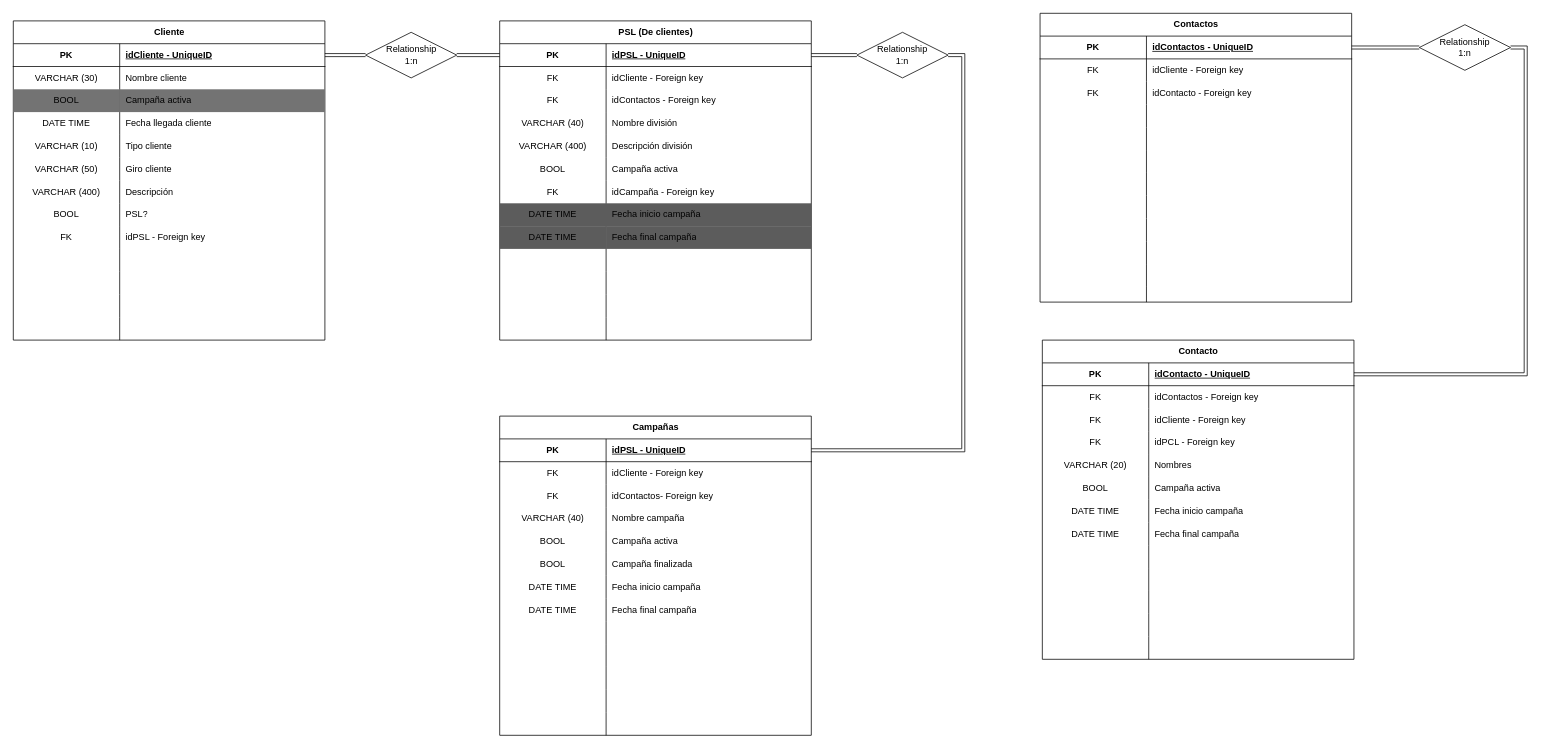
The draw.io diagram BD.drawio in OscFPC/Aux_B, before the edit. Source tidied: cells renumbered, new cells numbered last; positions are measured from the earlier drawing's top-left corner, leaving out a move shared by most shapes. Both pictures are drawn from the tidied source at 76%, with x=0, y=0 at pixel (13, 13).
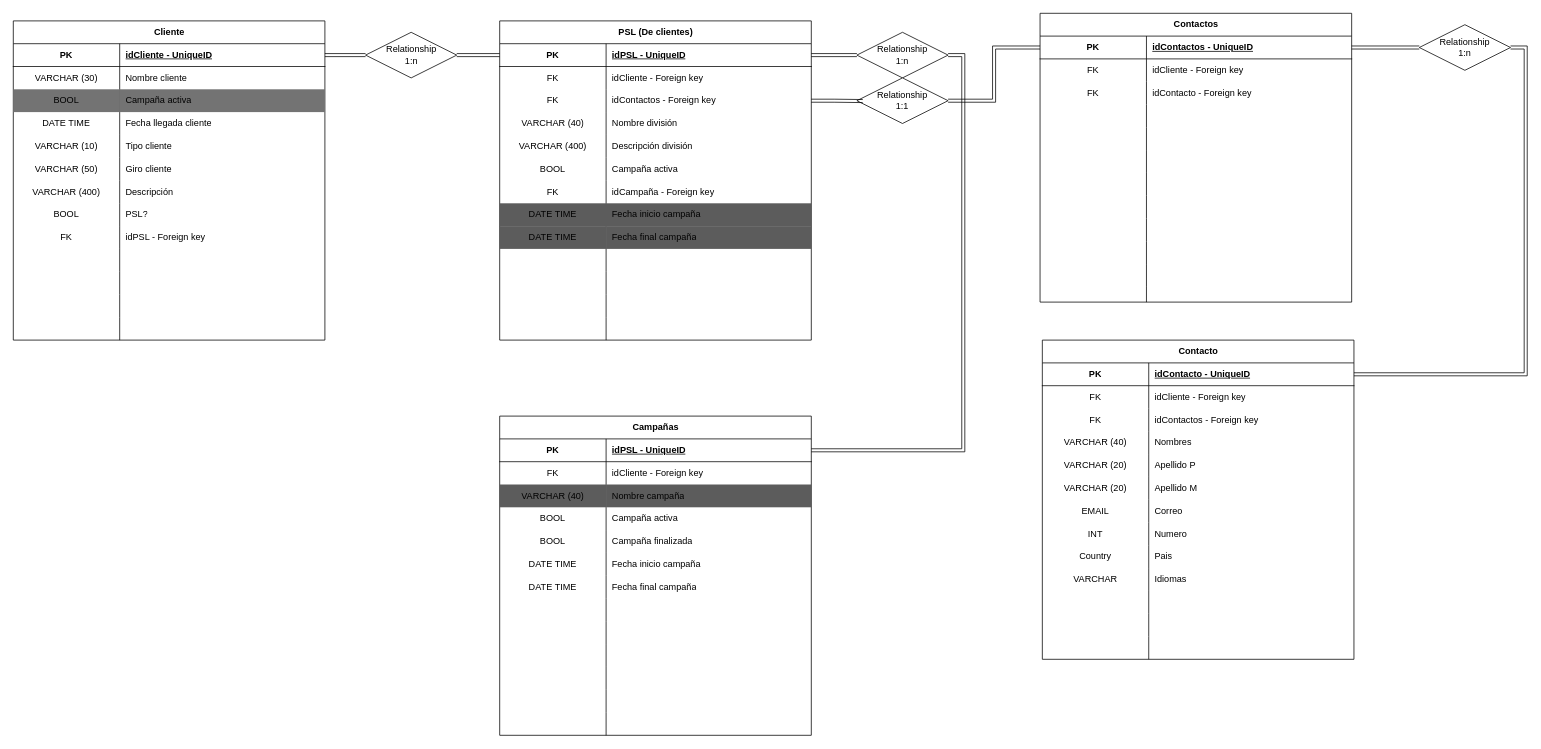
The same page after the edit.

Unchanged cells that the change refers to:
```xml
<mxCell id="49" style="shape=tableRow;horizontal=0;startSize=0;swimlaneHead=0;swimlaneBody=0;fillColor=none;points=[[0,0.5],[1,0.5]];portConstraint=eastwest;top=0;left=0;right=0;bottom=0;" parent="42" vertex="1">
  <mxGeometry y="90" width="410" height="30" as="geometry" />
</mxCell>
<mxCell id="83" style="shape=tableRow;horizontal=0;startSize=0;swimlaneHead=0;swimlaneBody=0;fillColor=none;points=[[0,0.5],[1,0.5]];portConstraint=eastwest;top=0;left=0;right=0;bottom=1;" parent="82" vertex="1">
  <mxGeometry y="30" width="410" height="30" as="geometry" />
</mxCell>
<mxCell id="119" value="Contacto" style="shape=table;startSize=30;childLayout=tableLayout;rowLines=0;fontStyle=1;align=center;html=1;" parent="1" vertex="1">
  <mxGeometry x="1354" y="430" width="410" height="420" as="geometry" />
</mxCell>
<mxCell id="147" style="shape=tableRow;horizontal=0;startSize=0;swimlaneHead=0;swimlaneBody=0;fillColor=none;top=0;left=0;right=0;bottom=0;" parent="119" vertex="1">
  <mxGeometry y="300" width="410" height="30" as="geometry" />
</mxCell>
<mxCell id="159" value="Campañas" style="shape=table;startSize=30;childLayout=tableLayout;rowLines=0;fontStyle=1;align=center;html=1;" parent="1" vertex="1">
  <mxGeometry x="640" y="530" width="410" height="420" as="geometry" />
</mxCell>
```

What changed in the source:
```diff
@@
+    <mxCell id="126" style="shape=tableRow;horizontal=0;startSize=0;swimlaneHead=0;swimlaneBody=0;fillColor=none;top=0;left=0;right=0;bottom=0;" parent="119" vertex="1">
+      <mxGeometry y="60" width="410" height="30" as="geometry" />
+    </mxCell>
+    <mxCell id="127" value="FK" style="shape=partialRectangle;fillColor=none;top=0;left=0;bottom=0;right=0;overflow=hidden;whiteSpace=wrap;html=1;" parent="126" vertex="1">
+      <mxGeometry width="140" height="30" as="geometry" />
+    </mxCell>
+    <mxCell id="128" value="idCliente - Foreign key" style="shape=partialRectangle;fillColor=none;top=0;left=0;bottom=0;right=0;align=left;spacingLeft=6;overflow=hidden;whiteSpace=wrap;html=1;" parent="126" vertex="1">
+      <mxGeometry x="140" width="270" height="30" as="geometry" />
+    </mxCell>
     <mxCell id="123" style="shape=tableRow;horizontal=0;startSize=0;swimlaneHead=0;swimlaneBody=0;fillColor=none;top=0;left=0;right=0;bottom=0;" parent="119" vertex="1">
-      <mxGeometry y="60" width="410" height="30" as="geometry" />
+      <mxGeometry y="90" width="410" height="30" as="geometry" />
     </mxCell>
@@
-    <mxCell id="126" style="shape=tableRow;horizontal=0;startSize=0;swimlaneHead=0;swimlaneBody=0;fillColor=none;top=0;left=0;right=0;bottom=0;" parent="119" vertex="1">
-      <mxGeometry y="90" width="410" height="30" as="geometry" />
-    </mxCell>
-    <mxCell id="127" value="FK" style="shape=partialRectangle;fillColor=none;top=0;left=0;bottom=0;right=0;overflow=hidden;whiteSpace=wrap;html=1;" parent="126" vertex="1">
-      <mxGeometry width="140" height="30" as="geometry" />
-    </mxCell>
-    <mxCell id="128" value="idCliente - Foreign key" style="shape=partialRectangle;fillColor=none;top=0;left=0;bottom=0;right=0;align=left;spacingLeft=6;overflow=hidden;whiteSpace=wrap;html=1;" parent="126" vertex="1">
-      <mxGeometry x="140" width="270" height="30" as="geometry" />
-    </mxCell>
+    <mxCell id="132" style="shape=tableRow;horizontal=0;startSize=0;swimlaneHead=0;swimlaneBody=0;fillColor=none;top=0;left=0;right=0;bottom=0;" parent="119" vertex="1">
+      <mxGeometry y="120" width="410" height="30" as="geometry" />
+    </mxCell>
+    <mxCell id="133" value="VARCHAR (40)" style="shape=partialRectangle;fillColor=none;top=0;left=0;bottom=0;right=0;overflow=hidden;whiteSpace=wrap;html=1;" parent="132" vertex="1">
+      <mxGeometry width="140" height="30" as="geometry" />
+    </mxCell>
+    <mxCell id="134" value="Nombres" style="shape=partialRectangle;fillColor=none;top=0;left=0;bottom=0;right=0;align=left;spacingLeft=6;overflow=hidden;whiteSpace=wrap;html=1;" parent="132" vertex="1">
+      <mxGeometry x="140" width="270" height="30" as="geometry" />
+    </mxCell>
+    <mxCell id="144" style="shape=tableRow;horizontal=0;startSize=0;swimlaneHead=0;swimlaneBody=0;fillColor=none;top=0;left=0;right=0;bottom=0;" parent="119" vertex="1">
+      <mxGeometry y="150" width="410" height="30" as="geometry" />
+    </mxCell>
+    <mxCell id="145" value="VARCHAR (20)" style="shape=partialRectangle;fillColor=none;top=0;left=0;bottom=0;right=0;overflow=hidden;whiteSpace=wrap;html=1;" parent="144" vertex="1">
+      <mxGeometry width="140" height="30" as="geometry" />
+    </mxCell>
+    <mxCell id="146" value="Apellido P&amp;nbsp;" style="shape=partialRectangle;fillColor=none;top=0;left=0;bottom=0;right=0;align=left;spacingLeft=6;overflow=hidden;whiteSpace=wrap;html=1;" parent="144" vertex="1">
+      <mxGeometry x="140" width="270" height="30" as="geometry" />
+    </mxCell>
     <mxCell id="129" style="shape=tableRow;horizontal=0;startSize=0;swimlaneHead=0;swimlaneBody=0;fillColor=none;top=0;left=0;right=0;bottom=0;" parent="119" vertex="1">
-      <mxGeometry y="120" width="410" height="30" as="geometry" />
+      <mxGeometry y="180" width="410" height="30" as="geometry" />
     </mxCell>
-    <mxCell id="130" value="FK" style="shape=partialRectangle;fillColor=none;top=0;left=0;bottom=0;right=0;overflow=hidden;whiteSpace=wrap;html=1;" parent="129" vertex="1">
+    <mxCell id="130" value="VARCHAR (20)" style="shape=partialRectangle;fillColor=none;top=0;left=0;bottom=0;right=0;overflow=hidden;whiteSpace=wrap;html=1;" parent="129" vertex="1">
       <mxGeometry width="140" height="30" as="geometry" />
     </mxCell>
-    <mxCell id="131" value="idPCL - Foreign key" style="shape=partialRectangle;fillColor=none;top=0;left=0;bottom=0;right=0;align=left;spacingLeft=6;overflow=hidden;whiteSpace=wrap;html=1;" parent="129" vertex="1">
+    <mxCell id="131" value="Apellido M" style="shape=partialRectangle;fillColor=none;top=0;left=0;bottom=0;right=0;align=left;spacingLeft=6;overflow=hidden;whiteSpace=wrap;html=1;" parent="129" vertex="1">
       <mxGeometry x="140" width="270" height="30" as="geometry" />
     </mxCell>
-    <mxCell id="132" style="shape=tableRow;horizontal=0;startSize=0;swimlaneHead=0;swimlaneBody=0;fillColor=none;top=0;left=0;right=0;bottom=0;" parent="119" vertex="1">
-      <mxGeometry y="150" width="410" height="30" as="geometry" />
-    </mxCell>
-    <mxCell id="133" value="VARCHAR (20)" style="shape=partialRectangle;fillColor=none;top=0;left=0;bottom=0;right=0;overflow=hidden;whiteSpace=wrap;html=1;" parent="132" vertex="1">
-      <mxGeometry width="140" height="30" as="geometry" />
-    </mxCell>
-    <mxCell id="134" value="Nombres" style="shape=partialRectangle;fillColor=none;top=0;left=0;bottom=0;right=0;align=left;spacingLeft=6;overflow=hidden;whiteSpace=wrap;html=1;" parent="132" vertex="1">
-      <mxGeometry x="140" width="270" height="30" as="geometry" />
-    </mxCell>
     <mxCell id="135" style="shape=tableRow;horizontal=0;startSize=0;swimlaneHead=0;swimlaneBody=0;fillColor=none;top=0;left=0;right=0;bottom=0;" parent="119" vertex="1">
-      <mxGeometry y="180" width="410" height="30" as="geometry" />
+      <mxGeometry y="210" width="410" height="30" as="geometry" />
     </mxCell>
-    <mxCell id="136" value="BOOL" style="shape=partialRectangle;fillColor=none;top=0;left=0;bottom=0;right=0;overflow=hidden;whiteSpace=wrap;html=1;" parent="135" vertex="1">
+    <mxCell id="136" value="EMAIL" style="shape=partialRectangle;fillColor=none;top=0;left=0;bottom=0;right=0;overflow=hidden;whiteSpace=wrap;html=1;" parent="135" vertex="1">
       <mxGeometry width="140" height="30" as="geometry" />
     </mxCell>
-    <mxCell id="137" value="Campaña activa" style="shape=partialRectangle;fillColor=none;top=0;left=0;bottom=0;right=0;align=left;spacingLeft=6;overflow=hidden;whiteSpace=wrap;html=1;" parent="135" vertex="1">
+    <mxCell id="137" value="Correo" style="shape=partialRectangle;fillColor=none;top=0;left=0;bottom=0;right=0;align=left;spacingLeft=6;overflow=hidden;whiteSpace=wrap;html=1;" parent="135" vertex="1">
       <mxGeometry x="140" width="270" height="30" as="geometry" />
     </mxCell>
     <mxCell id="138" style="shape=tableRow;horizontal=0;startSize=0;swimlaneHead=0;swimlaneBody=0;fillColor=none;top=0;left=0;right=0;bottom=0;" parent="119" vertex="1">
-      <mxGeometry y="210" width="410" height="30" as="geometry" />
+      <mxGeometry y="240" width="410" height="30" as="geometry" />
     </mxCell>
-    <mxCell id="139" value="DATE TIME" style="shape=partialRectangle;fillColor=none;top=0;left=0;bottom=0;right=0;overflow=hidden;whiteSpace=wrap;html=1;" parent="138" vertex="1">
+    <mxCell id="139" value="INT" style="shape=partialRectangle;fillColor=none;top=0;left=0;bottom=0;right=0;overflow=hidden;whiteSpace=wrap;html=1;" parent="138" vertex="1">
       <mxGeometry width="140" height="30" as="geometry" />
     </mxCell>
-    <mxCell id="140" value="Fecha inicio campaña" style="shape=partialRectangle;fillColor=none;top=0;left=0;bottom=0;right=0;align=left;spacingLeft=6;overflow=hidden;whiteSpace=wrap;html=1;" parent="138" vertex="1">
+    <mxCell id="140" value="Numero" style="shape=partialRectangle;fillColor=none;top=0;left=0;bottom=0;right=0;align=left;spacingLeft=6;overflow=hidden;whiteSpace=wrap;html=1;" parent="138" vertex="1">
       <mxGeometry x="140" width="270" height="30" as="geometry" />
     </mxCell>
     <mxCell id="141" style="shape=tableRow;horizontal=0;startSize=0;swimlaneHead=0;swimlaneBody=0;fillColor=none;top=0;left=0;right=0;bottom=0;" parent="119" vertex="1">
-      <mxGeometry y="240" width="410" height="30" as="geometry" />
+      <mxGeometry y="270" width="410" height="30" as="geometry" />
     </mxCell>
-    <mxCell id="142" value="DATE TIME" style="shape=partialRectangle;fillColor=none;top=0;left=0;bottom=0;right=0;overflow=hidden;whiteSpace=wrap;html=1;" parent="141" vertex="1">
+    <mxCell id="142" value="Country" style="shape=partialRectangle;fillColor=none;top=0;left=0;bottom=0;right=0;overflow=hidden;whiteSpace=wrap;html=1;" parent="141" vertex="1">
       <mxGeometry width="140" height="30" as="geometry" />
     </mxCell>
-    <mxCell id="143" value="Fecha final campaña" style="shape=partialRectangle;fillColor=none;top=0;left=0;bottom=0;right=0;align=left;spacingLeft=6;overflow=hidden;whiteSpace=wrap;html=1;" parent="141" vertex="1">
+    <mxCell id="143" value="Pais" style="shape=partialRectangle;fillColor=none;top=0;left=0;bottom=0;right=0;align=left;spacingLeft=6;overflow=hidden;whiteSpace=wrap;html=1;" parent="141" vertex="1">
       <mxGeometry x="140" width="270" height="30" as="geometry" />
     </mxCell>
-    <mxCell id="144" style="shape=tableRow;horizontal=0;startSize=0;swimlaneHead=0;swimlaneBody=0;fillColor=none;top=0;left=0;right=0;bottom=0;" parent="119" vertex="1">
-      <mxGeometry y="270" width="410" height="30" as="geometry" />
-    </mxCell>
-    <mxCell id="145" style="shape=partialRectangle;fillColor=none;top=0;left=0;bottom=0;right=0;overflow=hidden;whiteSpace=wrap;html=1;" parent="144" vertex="1">
-      <mxGeometry width="140" height="30" as="geometry" />
-    </mxCell>
-    <mxCell id="146" style="shape=partialRectangle;fillColor=none;top=0;left=0;bottom=0;right=0;align=left;spacingLeft=6;overflow=hidden;whiteSpace=wrap;html=1;" parent="144" vertex="1">
-      <mxGeometry x="140" width="270" height="30" as="geometry" />
-    </mxCell>
@@
-    <mxCell id="148" style="shape=partialRectangle;fillColor=none;top=0;left=0;bottom=0;right=0;overflow=hidden;whiteSpace=wrap;html=1;" parent="147" vertex="1">
+    <mxCell id="148" value="VARCHAR" style="shape=partialRectangle;fillColor=none;top=0;left=0;bottom=0;right=0;overflow=hidden;whiteSpace=wrap;html=1;" parent="147" vertex="1">
       <mxGeometry width="140" height="30" as="geometry" />
     </mxCell>
-    <mxCell id="149" style="shape=partialRectangle;fillColor=none;top=0;left=0;bottom=0;right=0;align=left;spacingLeft=6;overflow=hidden;whiteSpace=wrap;html=1;" parent="147" vertex="1">
+    <mxCell id="149" value="Idiomas" style="shape=partialRectangle;fillColor=none;top=0;left=0;bottom=0;right=0;align=left;spacingLeft=6;overflow=hidden;whiteSpace=wrap;html=1;" parent="147" vertex="1">
       <mxGeometry x="140" width="270" height="30" as="geometry" />
     </mxCell>
@@
-    <mxCell id="166" style="shape=tableRow;horizontal=0;startSize=0;swimlaneHead=0;swimlaneBody=0;fillColor=none;top=0;left=0;right=0;bottom=0;" parent="159" vertex="1">
-      <mxGeometry y="90" width="410" height="30" as="geometry" />
-    </mxCell>
-    <mxCell id="167" value="FK" style="shape=partialRectangle;fillColor=none;top=0;left=0;bottom=0;right=0;overflow=hidden;whiteSpace=wrap;html=1;" parent="166" vertex="1">
-      <mxGeometry width="140" height="30" as="geometry" />
-    </mxCell>
-    <mxCell id="168" value="idContactos- Foreign key" style="shape=partialRectangle;fillColor=none;top=0;left=0;bottom=0;right=0;align=left;spacingLeft=6;overflow=hidden;whiteSpace=wrap;html=1;" parent="166" vertex="1">
-      <mxGeometry x="140" width="270" height="30" as="geometry" />
-    </mxCell>
     <mxCell id="169" style="shape=tableRow;horizontal=0;startSize=0;swimlaneHead=0;swimlaneBody=0;fillColor=none;top=0;left=0;right=0;bottom=0;" parent="159" vertex="1">
-      <mxGeometry y="120" width="410" height="30" as="geometry" />
+      <mxGeometry y="90" width="410" height="30" as="geometry" />
     </mxCell>
-    <mxCell id="170" value="VARCHAR (40)" style="shape=partialRectangle;fillColor=none;top=0;left=0;bottom=0;right=0;overflow=hidden;whiteSpace=wrap;html=1;" parent="169" vertex="1">
+    <mxCell id="170" value="VARCHAR (40)" style="shape=partialRectangle;fillColor=#5C5C5C;top=0;left=0;bottom=0;right=0;overflow=hidden;whiteSpace=wrap;html=1;" parent="169" vertex="1">
       <mxGeometry width="140" height="30" as="geometry" />
     </mxCell>
-    <mxCell id="171" value="Nombre campaña" style="shape=partialRectangle;fillColor=none;top=0;left=0;bottom=0;right=0;align=left;spacingLeft=6;overflow=hidden;whiteSpace=wrap;html=1;" parent="169" vertex="1">
+    <mxCell id="171" value="Nombre campaña" style="shape=partialRectangle;fillColor=#5C5C5C;top=0;left=0;bottom=0;right=0;align=left;spacingLeft=6;overflow=hidden;whiteSpace=wrap;html=1;" parent="169" vertex="1">
       <mxGeometry x="140" width="270" height="30" as="geometry" />
     </mxCell>
     <mxCell id="172" style="shape=tableRow;horizontal=0;startSize=0;swimlaneHead=0;swimlaneBody=0;fillColor=none;top=0;left=0;right=0;bottom=0;" parent="159" vertex="1">
-      <mxGeometry y="150" width="410" height="30" as="geometry" />
+      <mxGeometry y="120" width="410" height="30" as="geometry" />
     </mxCell>
@@
     <mxCell id="175" style="shape=tableRow;horizontal=0;startSize=0;swimlaneHead=0;swimlaneBody=0;fillColor=none;top=0;left=0;right=0;bottom=0;" parent="159" vertex="1">
-      <mxGeometry y="180" width="410" height="30" as="geometry" />
+      <mxGeometry y="150" width="410" height="30" as="geometry" />
     </mxCell>
@@
     <mxCell id="178" style="shape=tableRow;horizontal=0;startSize=0;swimlaneHead=0;swimlaneBody=0;fillColor=none;top=0;left=0;right=0;bottom=0;" parent="159" vertex="1">
-      <mxGeometry y="210" width="410" height="30" as="geometry" />
+      <mxGeometry y="180" width="410" height="30" as="geometry" />
     </mxCell>
@@
     <mxCell id="181" style="shape=tableRow;horizontal=0;startSize=0;swimlaneHead=0;swimlaneBody=0;fillColor=none;top=0;left=0;right=0;bottom=0;" parent="159" vertex="1">
-      <mxGeometry y="240" width="410" height="30" as="geometry" />
+      <mxGeometry y="210" width="410" height="30" as="geometry" />
     </mxCell>
@@
     <mxCell id="184" style="shape=tableRow;horizontal=0;startSize=0;swimlaneHead=0;swimlaneBody=0;fillColor=none;top=0;left=0;right=0;bottom=0;" parent="159" vertex="1">
-      <mxGeometry y="270" width="410" height="30" as="geometry" />
+      <mxGeometry y="240" width="410" height="30" as="geometry" />
     </mxCell>
@@
+    <mxCell id="166" style="shape=tableRow;horizontal=0;startSize=0;swimlaneHead=0;swimlaneBody=0;fillColor=none;top=0;left=0;right=0;bottom=0;" parent="159" vertex="1">
+      <mxGeometry y="270" width="410" height="30" as="geometry" />
+    </mxCell>
+    <mxCell id="167" style="shape=partialRectangle;fillColor=none;top=0;left=0;bottom=0;right=0;overflow=hidden;whiteSpace=wrap;html=1;" parent="166" vertex="1">
+      <mxGeometry width="140" height="30" as="geometry" />
+    </mxCell>
+    <mxCell id="168" style="shape=partialRectangle;fillColor=none;top=0;left=0;bottom=0;right=0;align=left;spacingLeft=6;overflow=hidden;whiteSpace=wrap;html=1;" parent="166" vertex="1">
+      <mxGeometry x="140" width="270" height="30" as="geometry" />
+    </mxCell>
@@
+    <mxCell id="208" style="edgeStyle=orthogonalEdgeStyle;rounded=0;jettySize=auto;html=1;exitX=1;exitY=0.5;exitDx=0;exitDy=0;shape=link;" parent="1" edge="1" source="209" target="83">
+      <mxGeometry relative="1" as="geometry" />
+    </mxCell>
+    <mxCell id="209" value="Relationship&lt;div&gt;1:1&lt;/div&gt;" style="shape=rhombus;perimeter=rhombusPerimeter;whiteSpace=wrap;html=1;align=center;" parent="1" vertex="1">
+      <mxGeometry x="1110" y="85" width="120" height="60" as="geometry" />
+    </mxCell>
+    <mxCell id="210" style="edgeStyle=orthogonalEdgeStyle;rounded=0;jettySize=auto;html=1;exitX=1;exitY=0.5;exitDx=0;exitDy=0;entryX=0.064;entryY=0.508;entryDx=0;entryDy=0;entryPerimeter=0;shape=link;" parent="1" edge="1" source="49" target="209">
+      <mxGeometry relative="1" as="geometry" />
+    </mxCell>
```
